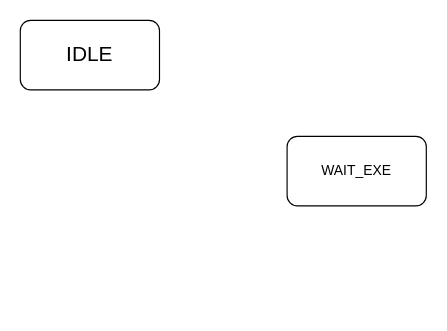
Earlier version of the draw.io diagram 未命名绘图.drawio (blin123/hdl). Source tidied: cells renumbered, new cells numbered last; positions are measured from the earlier drawing's top-left corner, leaving out a move shared by most shapes. Both pictures are drawn from the tidied source at 116%, with x=0, y=0 at pixel (20, 20).
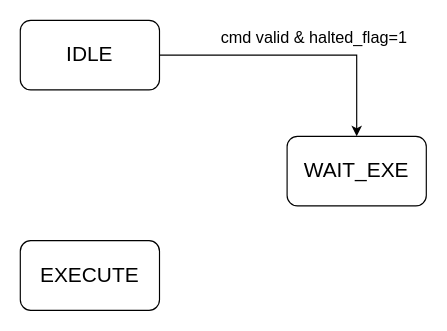
The same page after the edit.

Commit message (it also covers changes not shown here):
更新未命名绘图.drawio

Diff of the diagram source:
```diff
@@
 <mxGraphModel>
   <root>
     <mxCell id="0" />
     <mxCell id="1" parent="0" />
+    <mxCell id="4" style="edgeStyle=orthogonalEdgeStyle;rounded=0;jettySize=auto;html=1;exitX=1;exitY=0.5;exitDx=0;exitDy=0;entryX=0.5;entryY=0;entryDx=0;entryDy=0;" parent="1" edge="1" source="2" target="3">
+      <mxGeometry relative="1" as="geometry" />
+    </mxCell>
     <mxCell id="2" value="&lt;font style=&quot;font-size: 18px;&quot;&gt;IDLE&lt;/font&gt;" style="rounded=1;whiteSpace=wrap;html=1;" parent="1" vertex="1">
       <mxGeometry width="120" height="60" as="geometry" />
     </mxCell>
-    <mxCell id="3" value="WAIT_EXE" style="rounded=1;whiteSpace=wrap;html=1;" parent="1" vertex="1">
+    <mxCell id="3" value="&lt;font style=&quot;font-size: 18px;&quot;&gt;WAIT_EXE&lt;/font&gt;" style="rounded=1;whiteSpace=wrap;html=1;" parent="1" vertex="1">
       <mxGeometry x="230" y="100" width="120" height="60" as="geometry" />
     </mxCell>
+    <mxCell id="5" value="&lt;font style=&quot;font-size: 14px;&quot;&gt;cmd valid &amp;amp; halted_flag=1&amp;nbsp;&lt;/font&gt;" style="text;html=1;align=center;verticalAlign=middle;strokeColor=none;fillColor=none;" parent="1" vertex="1">
+      <mxGeometry x="160" width="190" height="30" as="geometry" />
+    </mxCell>
+    <mxCell id="6" value="&lt;span style=&quot;font-size: 18px;&quot;&gt;EXECUTE&lt;/span&gt;" style="rounded=1;whiteSpace=wrap;html=1;" parent="1" vertex="1">
+      <mxGeometry y="190" width="120" height="60" as="geometry" />
+    </mxCell>
   </root>
 </mxGraphModel>
```
